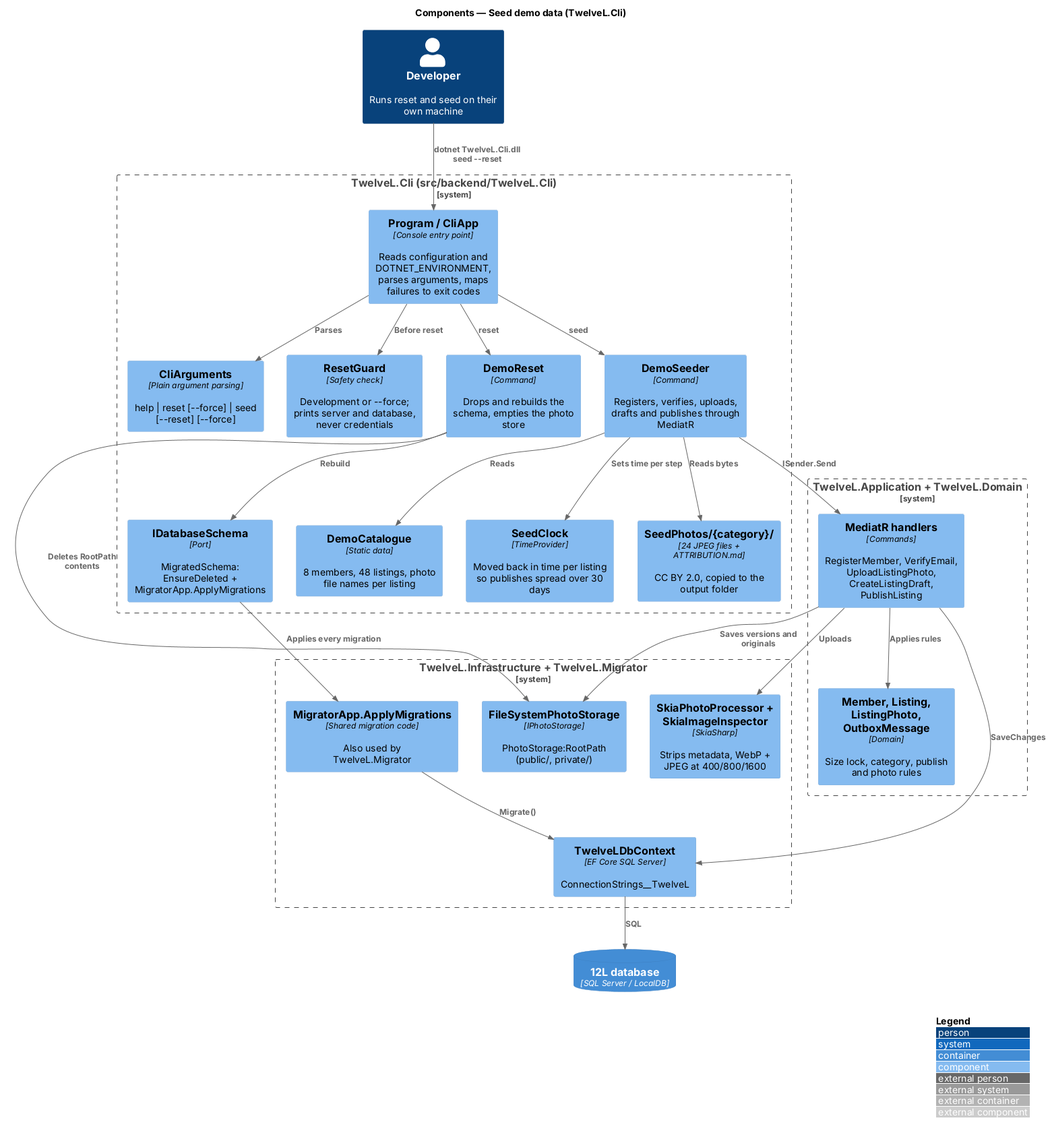
This is docs/detailed-designs/platform/seed-demo-data/diagrams/c4-component.png from QuinntyneBrown/tutumuch, a PlantUML export, as it was before one commit.
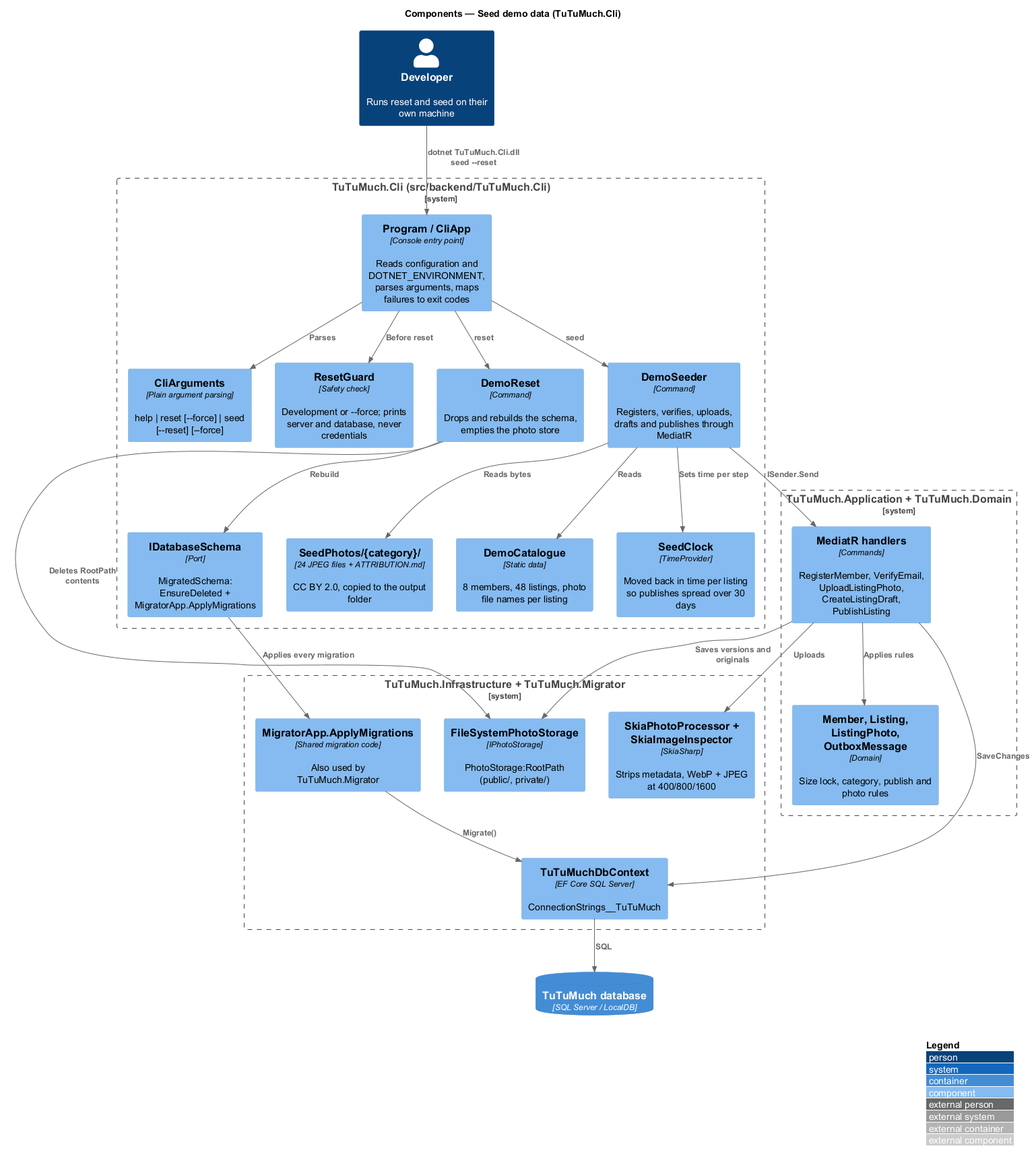
Above is the later version.

The edit, as a diff of the source:
```diff
@@ -1,10 +1,10 @@
 @startuml
 !include <C4/C4_Component>
 LAYOUT_WITH_LEGEND()
-title Components — Seed demo data (TwelveL.Cli)
+title Components — Seed demo data (TuTuMuch.Cli)
 
 Person(dev, "Developer", "Runs reset and seed on their own machine")
-System_Boundary(cli, "TwelveL.Cli (src/backend/TwelveL.Cli)") {
+System_Boundary(cli, "TuTuMuch.Cli (src/backend/TuTuMuch.Cli)") {
   Component(program, "Program / CliApp", "Console entry point", "Reads configuration and DOTNET_ENVIRONMENT, parses arguments, maps failures to exit codes")
   Component(args, "CliArguments", "Plain argument parsing", "help | reset [~--force] | seed [~--reset] [~--force]")
   Component(guard, "ResetGuard", "Safety check", "Development or ~--force; prints server and database, never credentials")
@@ -15,18 +15,18 @@
   Component(clock, "SeedClock", "TimeProvider", "Moved back in time per listing so publishes spread over 30 days")
   Component(photos, "SeedPhotos/{category}/", "24 JPEG files + ATTRIBUTION.md", "CC BY 2.0, copied to the output folder")
 }
-System_Boundary(app, "TwelveL.Application + TwelveL.Domain") {
+System_Boundary(app, "TuTuMuch.Application + TuTuMuch.Domain") {
   Component(cmds, "MediatR handlers", "Commands", "RegisterMember, VerifyEmail, UploadListingPhoto, CreateListingDraft, PublishListing")
   Component(domain, "Member, Listing, ListingPhoto, OutboxMessage", "Domain", "Size lock, category, publish and photo rules")
 }
-System_Boundary(infra, "TwelveL.Infrastructure + TwelveL.Migrator") {
-  Component(db, "TwelveLDbContext", "EF Core SQL Server", "ConnectionStrings__TwelveL")
+System_Boundary(infra, "TuTuMuch.Infrastructure + TuTuMuch.Migrator") {
+  Component(db, "TuTuMuchDbContext", "EF Core SQL Server", "ConnectionStrings__TuTuMuch")
   Component(pipeline, "SkiaPhotoProcessor + SkiaImageInspector", "SkiaSharp", "Strips metadata, WebP + JPEG at 400/800/1600")
   Component(store, "FileSystemPhotoStorage", "IPhotoStorage", "PhotoStorage:RootPath (public/, private/)")
-  Component(migrator, "MigratorApp.ApplyMigrations", "Shared migration code", "Also used by TwelveL.Migrator")
+  Component(migrator, "MigratorApp.ApplyMigrations", "Shared migration code", "Also used by TuTuMuch.Migrator")
 }
-ContainerDb(sql, "12L database", "SQL Server / LocalDB")
-Rel(dev, program, "dotnet TwelveL.Cli.dll seed --reset")
+ContainerDb(sql, "TuTuMuch database", "SQL Server / LocalDB")
+Rel(dev, program, "dotnet TuTuMuch.Cli.dll seed --reset")
 Rel(program, args, "Parses")
 Rel(program, guard, "Before reset")
 Rel(program, reset, "reset")
```
